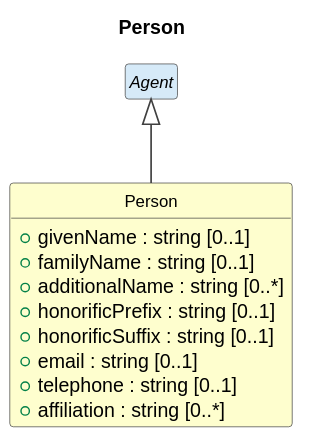
Earlier version of the PlantUML export cdif-uml-model/_plantuml/cdifDataStructure/Classes/Person.svg (Cross-Domain-Interoperability-Framework/metadataBuildingBlocks).
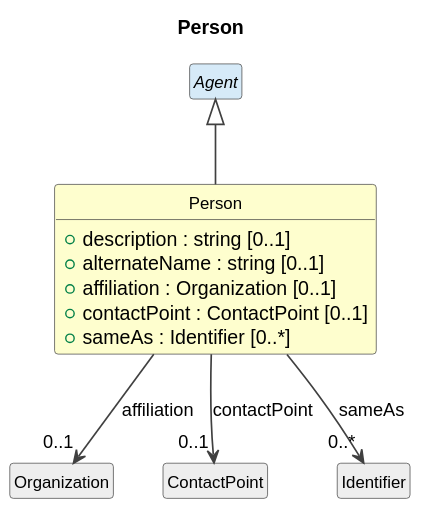
Later version of the same file.

The edit, as a diff of the source:
```diff
@@ -11,15 +11,18 @@
 }
 
 class "Person" as Person #FEFECE {
-  +givenName : string [0..1]
-  +familyName : string [0..1]
-  +additionalName : string [0..*]
-  +honorificPrefix : string [0..1]
-  +honorificSuffix : string [0..1]
-  +email : string [0..1]
-  +telephone : string [0..1]
-  +affiliation : string [0..*]
+  +description : string [0..1]
+  +alternateName : string [0..1]
+  +affiliation : Organization [0..1]
+  +contactPoint : ContactPoint [0..1]
+  +sameAs : Identifier [0..*]
 }
 abstract class "Agent" as Agent #D6EAF8
 Agent <|-- Person
+class "Organization" as Organization #EEEEEE
+Person --> "0..1" Organization : affiliation
+class "ContactPoint" as ContactPoint #EEEEEE
+Person --> "0..1" ContactPoint : contactPoint
+class "Identifier" as Identifier #EEEEEE
+Person --> "0..*" Identifier : sameAs
 @enduml
```
